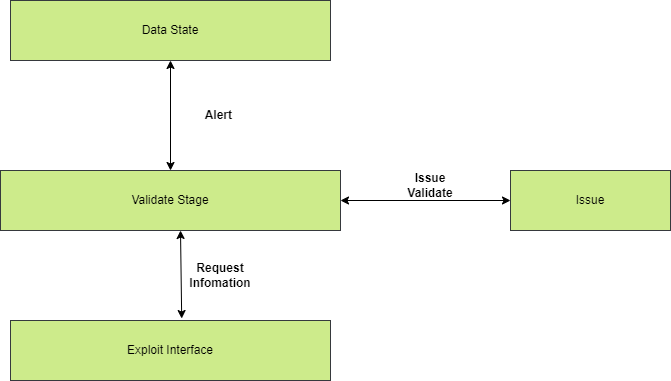
This is images/validate_stage.png from biennd279/Naf, a draw.io export, as it was before one commit. Source tidied: cells renumbered, new cells last; positions are measured from the earlier drawing's top-left corner, leaving out a move shared by most shapes.
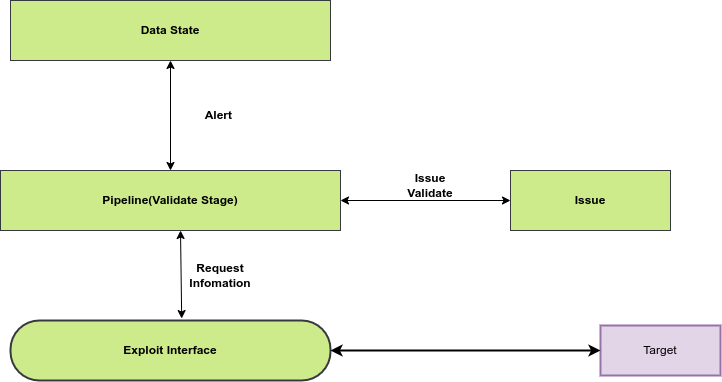
After the commit.

Change to the diagram source:
```diff
@@ -2,37 +2,43 @@
   <root>
     <mxCell id="0" />
     <mxCell id="1" parent="0" />
-    <mxCell id="2" value="Validate Stage" style="rounded=0;whiteSpace=wrap;html=1;fillColor=#cdeb8b;strokeColor=#36393d;" parent="1" vertex="1">
-      <mxGeometry y="170" width="340" height="60" as="geometry" />
-    </mxCell>
-    <mxCell id="3" style="endArrow=classic;startArrow=classic;html=1;rounded=0;exitX=0.535;exitY=-0.033;exitDx=0;exitDy=0;exitPerimeter=0;" parent="1" edge="1" source="5">
-      <mxGeometry relative="1" as="geometry">
-        <mxPoint x="180" y="230" as="targetPoint" />
-      </mxGeometry>
-    </mxCell>
+    <mxCell id="12" value="&lt;b&gt;Pipeline(Validate Stage)&lt;/b&gt;" style="rounded=0;whiteSpace=wrap;html=1;fillColor=#cdeb8b;strokeColor=#36393d;" parent="1" vertex="1">
+      <mxGeometry y="170" width="340" height="60" as="geometry" />
+    </mxCell>
+    <mxCell id="13" style="endArrow=classic;startArrow=classic;html=1;rounded=0;exitX=0.535;exitY=-0.033;exitDx=0;exitDy=0;exitPerimeter=0;" parent="1" edge="1" source="5">
+      <mxGeometry relative="1" as="geometry">
+        <mxPoint x="180" y="230" as="targetPoint" />
+      </mxGeometry>
+    </mxCell>
     <mxCell id="4" value="&lt;b&gt;Request Infomation&lt;br&gt;&lt;/b&gt;" style="text;html=1;strokeColor=none;fillColor=none;align=center;verticalAlign=middle;whiteSpace=wrap;rounded=0;" parent="1" vertex="1">
       <mxGeometry x="180" y="260" width="80" height="30" as="geometry" />
     </mxCell>
-    <mxCell id="5" value="Exploit Interface" style="rounded=0;whiteSpace=wrap;html=1;fillColor=#cdeb8b;strokeColor=#36393d;" parent="1" vertex="1">
+    <mxCell id="5" value="&lt;b&gt;Exploit Interface&lt;/b&gt;" style="rounded=1;whiteSpace=wrap;html=1;fillColor=#cdeb8b;strokeColor=#36393d;strokeWidth=2;arcSize=48;" parent="1" vertex="1">
       <mxGeometry x="10" y="320" width="320" height="60" as="geometry" />
     </mxCell>
-    <mxCell id="6" value="Issue" style="rounded=0;whiteSpace=wrap;html=1;fillColor=#cdeb8b;strokeColor=#36393d;" parent="1" vertex="1">
+    <mxCell id="6" value="&lt;b&gt;Issue&lt;/b&gt;" style="rounded=0;whiteSpace=wrap;html=1;fillColor=#cdeb8b;strokeColor=#36393d;" parent="1" vertex="1">
       <mxGeometry x="510" y="170" width="160" height="60" as="geometry" />
     </mxCell>
-    <mxCell id="7" value="Data State" style="rounded=0;whiteSpace=wrap;html=1;fillColor=#cdeb8b;strokeColor=#36393d;" parent="1" vertex="1">
+    <mxCell id="7" value="&lt;b&gt;Data State&lt;/b&gt;" style="rounded=0;whiteSpace=wrap;html=1;fillColor=#cdeb8b;strokeColor=#36393d;" parent="1" vertex="1">
       <mxGeometry x="10" width="320" height="60" as="geometry" />
     </mxCell>
-    <mxCell id="8" style="endArrow=classic;startArrow=classic;html=1;rounded=0;entryX=0.5;entryY=1;entryDx=0;entryDy=0;exitX=0.5;exitY=0;exitDx=0;exitDy=0;" parent="1" edge="1" source="2" target="7">
-      <mxGeometry relative="1" as="geometry" />
-    </mxCell>
+    <mxCell id="14" style="endArrow=classic;startArrow=classic;html=1;rounded=0;entryX=0.5;entryY=1;entryDx=0;entryDy=0;exitX=0.5;exitY=0;exitDx=0;exitDy=0;" parent="1" edge="1" source="12" target="7">
+      <mxGeometry relative="1" as="geometry" />
+    </mxCell>
     <mxCell id="9" value="Alert&amp;nbsp;" style="text;html=1;strokeColor=none;fillColor=none;align=center;verticalAlign=middle;whiteSpace=wrap;rounded=0;fontStyle=1;" parent="1" vertex="1">
       <mxGeometry x="190" y="100" width="60" height="30" as="geometry" />
     </mxCell>
-    <mxCell id="10" style="endArrow=classic;startArrow=classic;html=1;rounded=0;exitX=1;exitY=0.5;exitDx=0;exitDy=0;entryX=0;entryY=0.5;entryDx=0;entryDy=0;" parent="1" edge="1" source="2" target="6">
-      <mxGeometry relative="1" as="geometry" />
-    </mxCell>
+    <mxCell id="15" style="endArrow=classic;startArrow=classic;html=1;rounded=0;exitX=1;exitY=0.5;exitDx=0;exitDy=0;entryX=0;entryY=0.5;entryDx=0;entryDy=0;" parent="1" edge="1" source="12" target="6">
+      <mxGeometry relative="1" as="geometry" />
+    </mxCell>
     <mxCell id="11" value="Issue Validate" style="text;html=1;strokeColor=none;fillColor=none;align=center;verticalAlign=middle;whiteSpace=wrap;rounded=0;fontStyle=1;" parent="1" vertex="1">
       <mxGeometry x="400" y="170" width="60" height="30" as="geometry" />
     </mxCell>
+    <mxCell id="16" value="Target" style="rounded=0;whiteSpace=wrap;html=1;fillColor=#e1d5e7;strokeColor=#9673a6;strokeWidth=2;" parent="1" vertex="1">
+      <mxGeometry x="600" y="325" width="120" height="50" as="geometry" />
+    </mxCell>
+    <mxCell id="17" style="endArrow=classic;startArrow=classic;html=1;rounded=0;exitX=1;exitY=0.5;exitDx=0;exitDy=0;strokeWidth=2;" parent="1" edge="1" source="5" target="16">
+      <mxGeometry relative="1" as="geometry" />
+    </mxCell>
   </root>
 </mxGraphModel>
```
